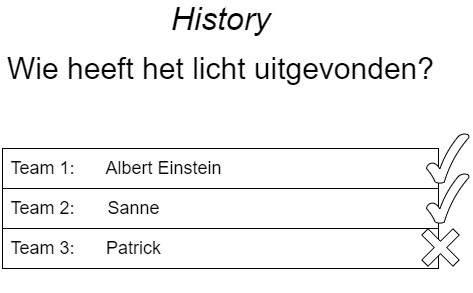
Patrickroelofs/HANICA-DWA-Quizzer keeps this draw.io diagram as Software Guidebook/wireframes/wireframes-Scoreboard (answers).png. Above is the earlier version. Source tidied: cells renumbered, new cells last; positions are measured from the earlier drawing's top-left corner, leaving out a move shared by most shapes.
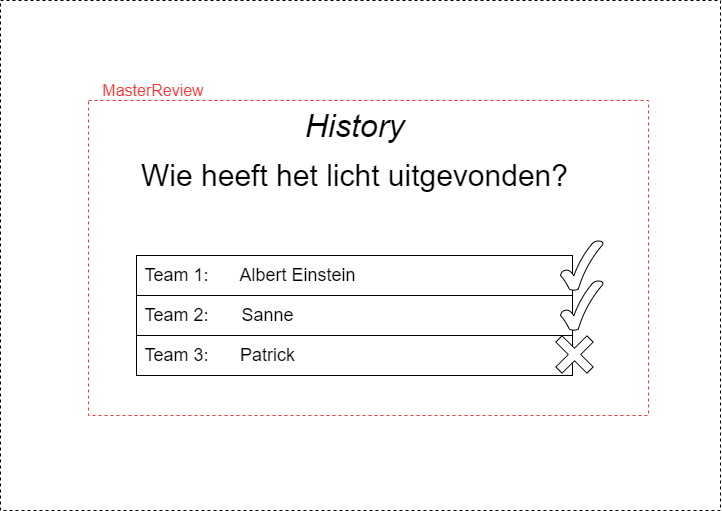
After the commit.

What changed in the source:
```diff
@@ -2,6 +2,9 @@
   <root>
     <mxCell id="0" />
     <mxCell id="1" parent="0" />
+    <mxCell id="19" style="rounded=0;whiteSpace=wrap;html=1;dashed=1;labelBackgroundColor=none;fontSize=16;align=center;" parent="1" vertex="1">
+      <mxGeometry x="-134" y="-110" width="720" height="510" as="geometry" />
+    </mxCell>
     <mxCell id="2" value="&lt;font style=&quot;font-size: 32px&quot;&gt;History&lt;/font&gt;" style="text;html=1;align=center;verticalAlign=middle;fillColor=none;strokeColor=none;rounded=0;fontSize=18;fontStyle=2;" parent="1" vertex="1">
       <mxGeometry x="160" width="120" height="30" as="geometry" />
     </mxCell>
@@ -53,5 +56,11 @@
     <mxCell id="18" style="verticalLabelPosition=bottom;verticalAlign=top;html=1;shape=mxgraph.basic.tick;strokeColor=#000000;fillColor=#ffffff;fontSize=18;" parent="1" vertex="1">
       <mxGeometry x="426" y="130" width="42.5" height="50" as="geometry" />
     </mxCell>
+    <mxCell id="20" style="rounded=0;whiteSpace=wrap;html=1;dashed=1;labelBackgroundColor=none;fillColor=none;fontSize=16;fontColor=#FF9933;align=center;strokeColor=#FF3333;" parent="1" vertex="1">
+      <mxGeometry x="-46" y="-10" width="560" height="315" as="geometry" />
+    </mxCell>
+    <mxCell id="21" value="&lt;font&gt;MasterReview&lt;/font&gt;" style="text;html=1;strokeColor=none;fillColor=none;align=center;verticalAlign=middle;whiteSpace=wrap;rounded=0;dashed=1;labelBackgroundColor=none;fontSize=16;fontColor=#FF3333;" parent="1" vertex="1">
+      <mxGeometry x="-46" y="-30" width="130" height="20" as="geometry" />
+    </mxCell>
   </root>
 </mxGraphModel>
```
